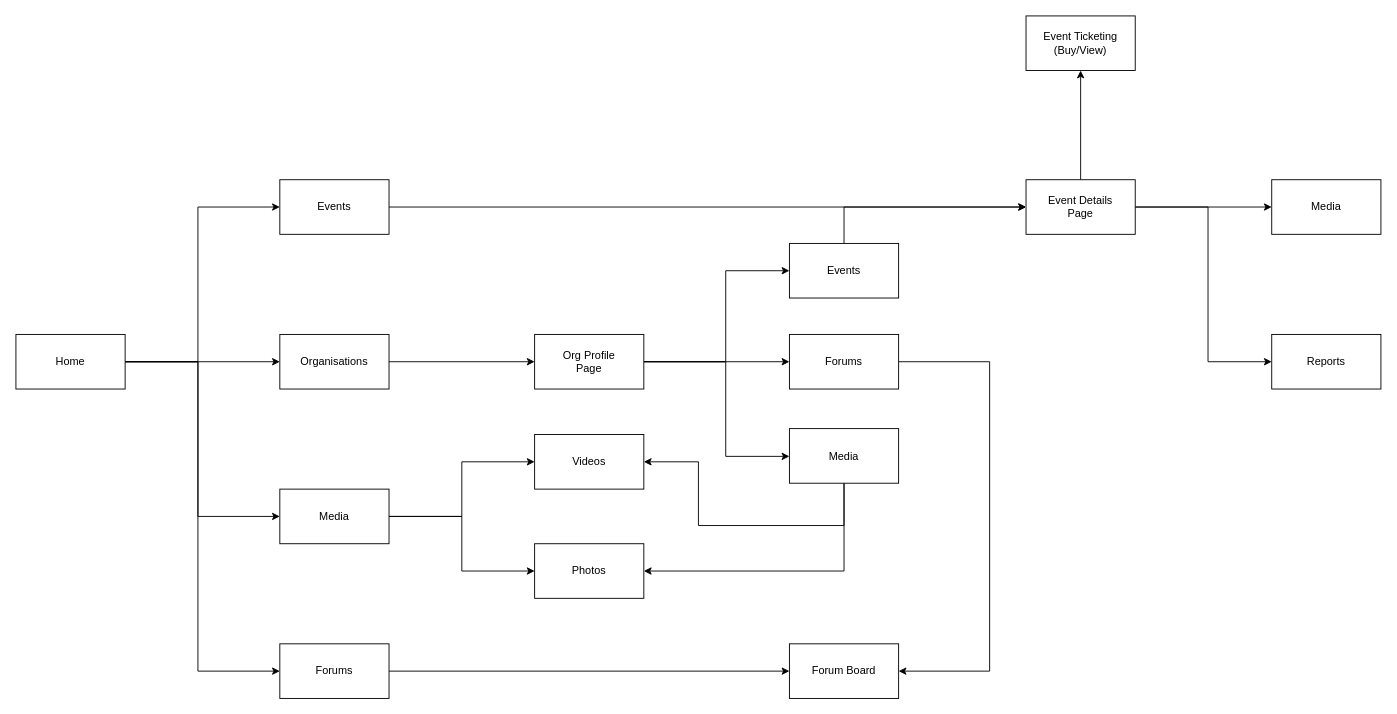
Earlier version of the draw.io diagram notes/sitemap.drawio (jaytality/lanparty.com.au). Source tidied: cells renumbered, new cells numbered last; positions are measured from the earlier drawing's top-left corner, leaving out a move shared by most shapes. Both pictures are drawn from the tidied source at 91%, with x=0, y=0 at pixel (15, 15).
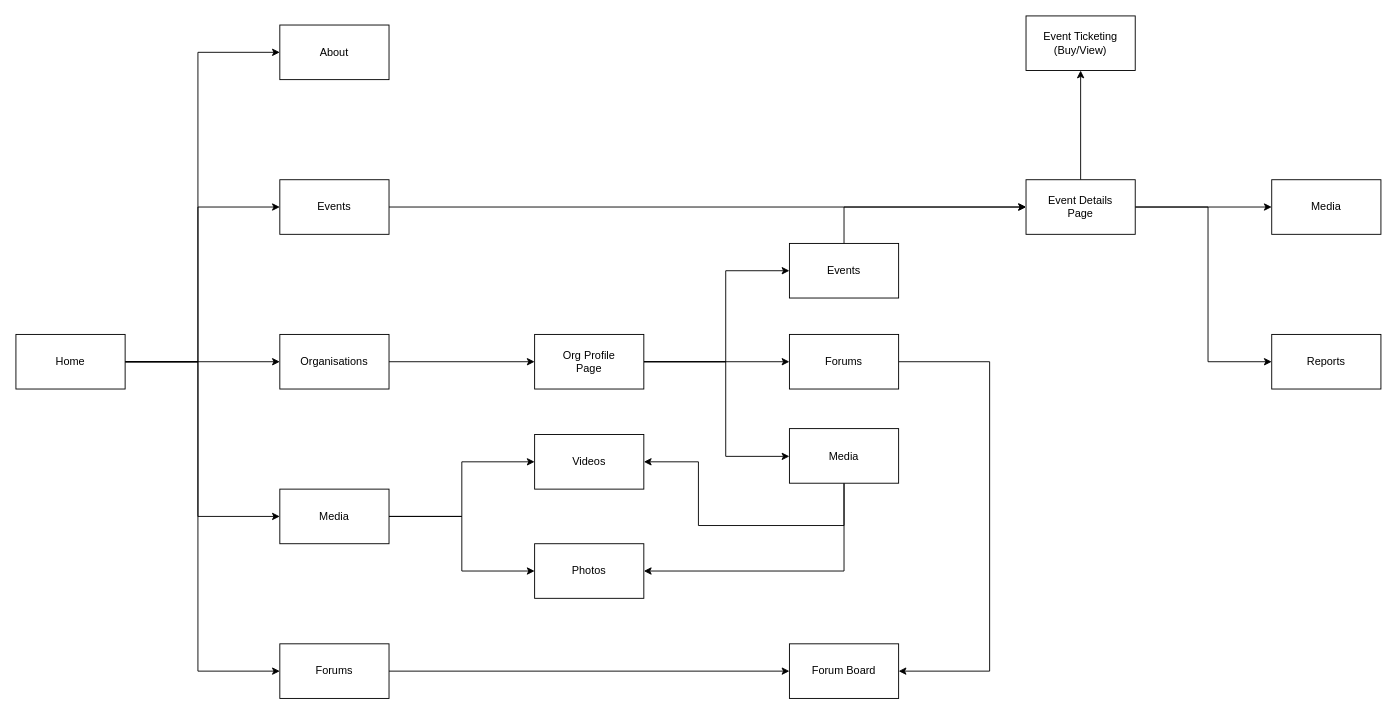
After the change.

Commit message:
updated sitemap info

Unchanged cells that the change refers to:
```xml
<mxCell id="6" value="Home" style="rounded=0;whiteSpace=wrap;html=1;" parent="1" vertex="1">
  <mxGeometry y="350" width="120" height="60" as="geometry" />
</mxCell>
```

What changed in the source:
```diff
@@
+    <mxCell id="37" style="edgeStyle=orthogonalEdgeStyle;rounded=0;jettySize=auto;html=1;" parent="1" edge="1" source="6" target="38">
+      <mxGeometry relative="1" as="geometry">
+        <Array as="points">
+          <mxPoint x="200" y="380" />
+          <mxPoint x="200" y="40" />
+        </Array>
+      </mxGeometry>
+    </mxCell>
@@
+    <mxCell id="38" value="About" style="rounded=0;whiteSpace=wrap;html=1;" parent="1" vertex="1">
+      <mxGeometry x="290" y="10" width="120" height="60" as="geometry" />
+    </mxCell>
```
